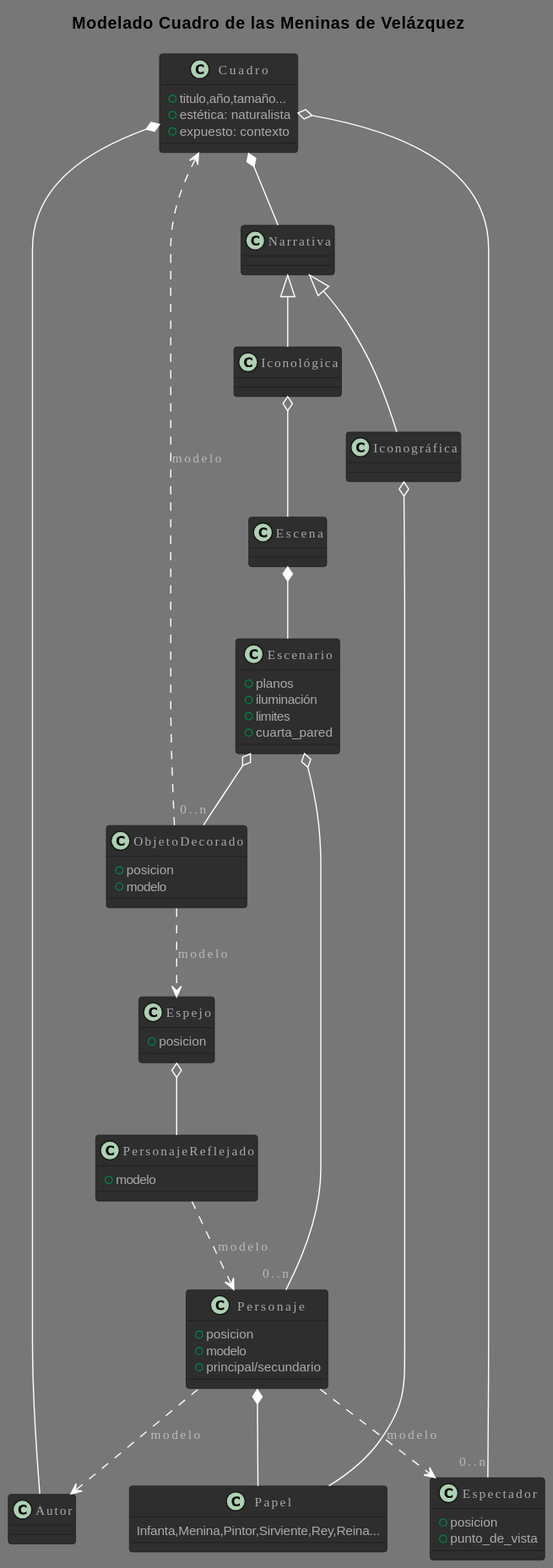
This is PracticasMaster/01_Modelado_O/diagrams/meninas/MeninasDomain.svg from Joselon/joselon.github.io, a PlantUML export, as it was before one commit.
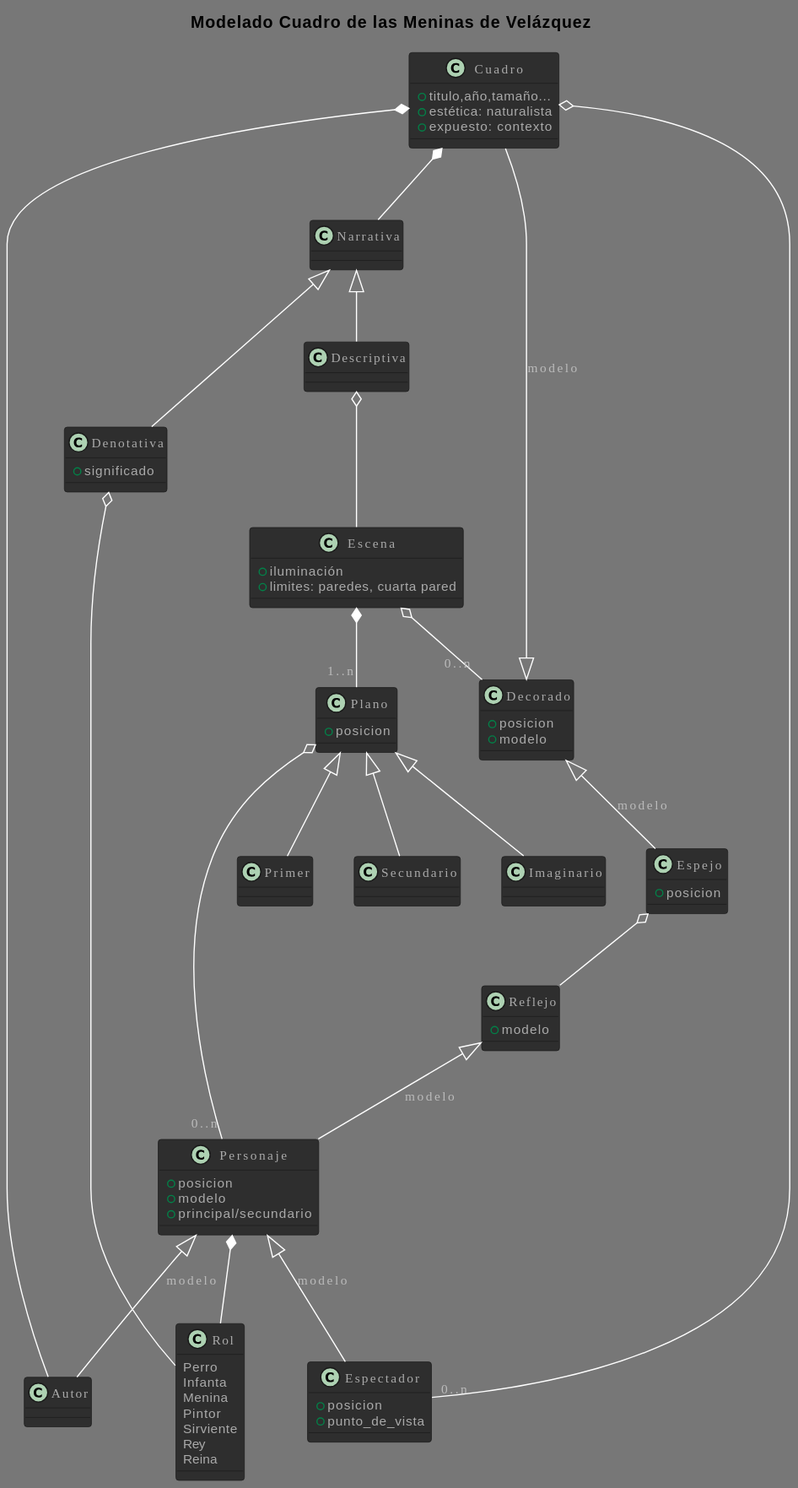
Above is the later version.

The edit, as a diff of the source:
```diff
@@ -14,57 +14,74 @@
 class Narrativa {
 
 }
-Narrativa <|-- Iconográfica
-Narrativa <|-- Iconológica
+Narrativa <|-- Denotativa
+Narrativa <|-- Descriptiva
 
-class Iconográfica {
-}
-Iconográfica o-- Papel
-
-class Papel {
-    Infanta,Menina,Pintor,Sirviente,Rey,Reina...
+class Descriptiva {
 }
 
-class Iconológica{
+class Denotativa {
+    + significado
 }
-Iconológica o-- Escena
+Denotativa o-- Rol
 
-class Escenario {
-    + planos
+class Rol {
+    Perro
+    Infanta
+    Menina
+    Pintor
+    Sirviente
+    Rey
+    Reina
+}
+
+class Descriptiva{
+}
+Descriptiva o-- Escena
+
+class Escena {
     + iluminación
-    + limites
-    + cuarta_pared
+    + limites: paredes, cuarta pared
 }
-Escena *-- Escenario
-Escenario o--"0..n" Personaje
-Escenario o--"0..n" ObjetoDecorado
+Escena o--"0..n" Decorado
+Escena *--"1..n" Plano
 
-class ObjetoDecorado {
+class Plano {
+    + posicion
+
+}
+Plano <|-- Primer
+Plano <|-- Secundario
+Plano <|-- Imaginario
+Plano o--"0..n" Personaje
+
+
+class Decorado {
    + posicion
    + modelo
 }
-ObjetoDecorado ..> Cuadro :modelo
-ObjetoDecorado ..> Espejo :modelo
+Decorado <|-- Cuadro :modelo
+Decorado <|-- Espejo :modelo
 
 
 class Espejo {
     + posicion
 }
-Espejo o-- PersonajeReflejado
+Espejo o-- Reflejo
 
-class PersonajeReflejado{
+class Reflejo{
    + modelo
 }
-PersonajeReflejado ..> Personaje :modelo
+Reflejo <|-- Personaje :modelo
 
 class Personaje {
     + posicion
     + modelo
     + principal/secundario
 }
-Personaje ..> Autor :modelo
-Personaje ..> Espectador :modelo
-Personaje *-- Papel
+Personaje <|-- Autor :modelo
+Personaje <|-- Espectador :modelo
+Personaje *-- Rol
 class Espectador {
     + posicion
     + punto_de_vista
@@ -366,57 +383,74 @@
 class Narrativa {
 
 }
-Narrativa <|-- Iconográfica
-Narrativa <|-- Iconológica
+Narrativa <|-- Denotativa
+Narrativa <|-- Descriptiva
 
-class Iconográfica {
-}
-Iconográfica o-- Papel
-
-class Papel {
-    Infanta,Menina,Pintor,Sirviente,Rey,Reina...
+class Descriptiva {
 }
 
-class Iconológica{
+class Denotativa {
+    + significado
 }
-Iconológica o-- Escena
+Denotativa o-- Rol
 
-class Escenario {
-    + planos
+class Rol {
+    Perro
+    Infanta
+    Menina
+    Pintor
+    Sirviente
+    Rey
+    Reina
+}
+
+class Descriptiva{
+}
+Descriptiva o-- Escena
+
+class Escena {
     + iluminación
-    + limites
-    + cuarta_pared
+    + limites: paredes, cuarta pared
 }
-Escena *-- Escenario
-Escenario o--"0..n" Personaje
-Escenario o--"0..n" ObjetoDecorado
+Escena o--"0..n" Decorado
+Escena *--"1..n" Plano
 
-class ObjetoDecorado {
+class Plano {
+    + posicion
+
+}
+Plano <|-- Primer
+Plano <|-- Secundario
+Plano <|-- Imaginario
+Plano o--"0..n" Personaje
+
+
+class Decorado {
    + posicion
    + modelo
 }
-ObjetoDecorado ..> Cuadro :modelo
-ObjetoDecorado ..> Espejo :modelo
+Decorado <|-- Cuadro :modelo
+Decorado <|-- Espejo :modelo
 
 
 class Espejo {
     + posicion
 }
-Espejo o-- PersonajeReflejado
+Espejo o-- Reflejo
 
-class PersonajeReflejado{
+class Reflejo{
    + modelo
 }
-PersonajeReflejado ..> Personaje :modelo
+Reflejo <|-- Personaje :modelo
 
 class Personaje {
     + posicion
     + modelo
     + principal/secundario
 }
-Personaje ..> Autor :modelo
-Personaje ..> Espectador :modelo
-Personaje *-- Papel
+Personaje <|-- Autor :modelo
+Personaje <|-- Espectador :modelo
+Personaje *-- Rol
 class Espectador {
     + posicion
     + punto_de_vista
@@ -428,9 +462,9 @@
 
 PlantUML version 1.2024.3(Thu Feb 15 19:40:05 WET 2024)
 (GPLv2 source distribution)
-Java Runtime: OpenJDK Runtime Environment
-JVM: OpenJDK 64-Bit Server VM
-Default Encoding: Cp1252
+Java Runtime: Java(TM) SE Runtime Environment
+JVM: Java HotSpot(TM) 64-Bit Server VM
+Default Encoding: UTF-8
 Language: es
 Country: ES
 @enduml
```
